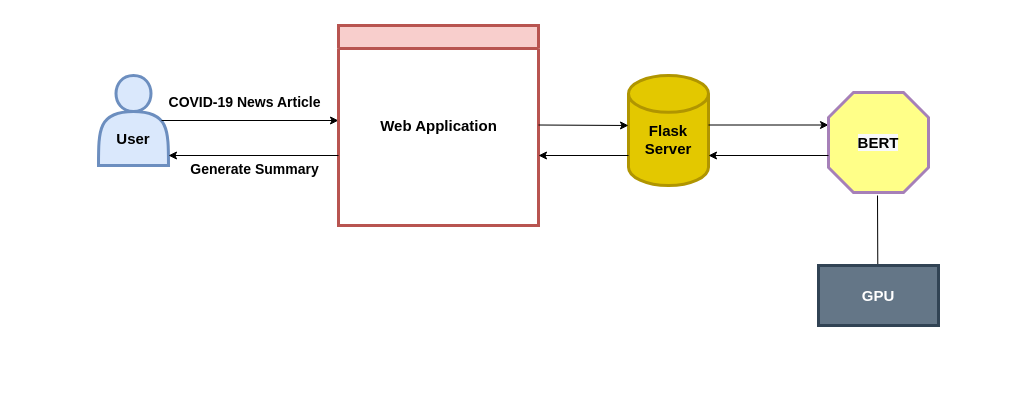
This is Untitled Diagram.drawio from MBtions/New, a draw.io file, before an edit. Source tidied: cells renumbered, new cells numbered last; positions are measured from the earlier drawing's top-left corner, leaving out a move shared by most shapes. Both pictures are drawn from the tidied source at 100%, with x=0, y=0 at pixel (98, 25).
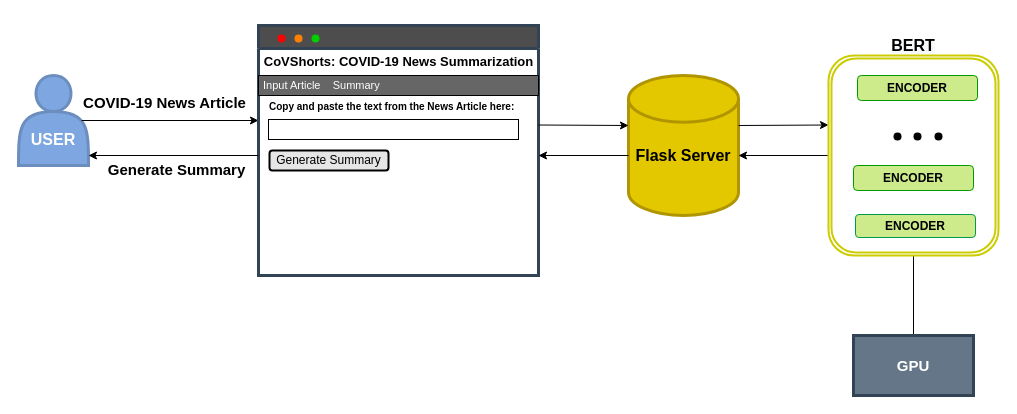
Above is the later version.

Change to the diagram source:
```diff
@@
-    <mxCell id="2" value="&lt;font style=&quot;font-size: 15px&quot;&gt;&lt;br&gt;&lt;br&gt;User&lt;/font&gt;" style="shape=actor;whiteSpace=wrap;html=1;fontStyle=1;fillColor=#dae8fc;strokeColor=#6c8ebf;strokeWidth=3;" parent="1" vertex="1">
-      <mxGeometry y="50" width="70" height="90" as="geometry" />
+    <mxCell id="2" value="&lt;font color=&quot;#ffffff&quot; style=&quot;font-size: 16px&quot;&gt;&lt;br&gt;&lt;br&gt;USER&lt;/font&gt;" style="shape=actor;whiteSpace=wrap;html=1;fontStyle=1;strokeColor=#6c8ebf;strokeWidth=3;fillColor=#7EA6E0;" parent="1" vertex="1">
+      <mxGeometry x="-80" y="50" width="70" height="90" as="geometry" />
     </mxCell>
     <mxCell id="3" style="endArrow=classic;html=1;fontStyle=1;exitX=0.9;exitY=0.5;exitDx=0;exitDy=0;exitPerimeter=0;" parent="1" edge="1" source="2">
       <mxGeometry relative="1" as="geometry">
-        <mxPoint x="240" y="95" as="targetPoint" />
+        <mxPoint x="160" y="95" as="targetPoint" />
       </mxGeometry>
     </mxCell>
-    <mxCell id="4" value="&lt;span&gt;&lt;font style=&quot;font-size: 15px&quot;&gt;&lt;br&gt;Flask Server&lt;/font&gt;&lt;/span&gt;" style="strokeWidth=3;html=1;shape=mxgraph.flowchart.database;whiteSpace=wrap;fontStyle=1;fillColor=#e3c800;strokeColor=#B09500;fontColor=#000000;" parent="1" vertex="1">
-      <mxGeometry x="530" y="50" width="80" height="110" as="geometry" />
+    <mxCell id="4" value="&lt;span style=&quot;font-size: 16px&quot;&gt;&lt;font style=&quot;font-size: 16px&quot;&gt;&lt;br&gt;Flask Server&lt;/font&gt;&lt;/span&gt;" style="strokeWidth=3;html=1;shape=mxgraph.flowchart.database;whiteSpace=wrap;fontStyle=1;fillColor=#e3c800;strokeColor=#B09500;fontColor=#000000;" parent="1" vertex="1">
+      <mxGeometry x="530" y="50" width="110" height="140" as="geometry" />
     </mxCell>
-    <mxCell id="5" style="swimlane;fontStyle=1;fillColor=#f8cecc;strokeColor=#b85450;strokeWidth=3;" parent="1" vertex="1">
-      <mxGeometry x="240" width="200" height="200" as="geometry" />
+    <mxCell id="5" style="swimlane;fontStyle=1;strokeColor=#314354;strokeWidth=3;fontColor=#ffffff;fillColor=#4D4D4D;" parent="1" vertex="1">
+      <mxGeometry x="160" width="280" height="250" as="geometry" />
     </mxCell>
-    <mxCell id="6" value="&lt;font style=&quot;font-size: 15px&quot;&gt;Web Application&lt;/font&gt;" style="text;html=1;align=center;verticalAlign=middle;strokeColor=none;fontStyle=1;" parent="5" vertex="1">
-      <mxGeometry x="35" y="90" width="130" height="20" as="geometry" />
+    <mxCell id="6" value="&lt;font style=&quot;font-size: 13px&quot;&gt;CoVShorts: COVID-19 News Summarization&lt;/font&gt;" style="text;html=1;align=center;verticalAlign=middle;strokeColor=none;fontStyle=1;" parent="5" vertex="1">
+      <mxGeometry y="26" width="280" height="20" as="geometry" />
     </mxCell>
+    <mxCell id="18" style="shape=waypoint;sketch=0;fillStyle=solid;size=6;fillColor=none;perimeter=centerPerimeter;strokeWidth=2;strokeColor=#FF0000;" parent="5" vertex="1">
+      <mxGeometry x="3" y="-7" width="40" height="40" as="geometry" />
+    </mxCell>
+    <mxCell id="19" style="verticalLabelPosition=bottom;verticalAlign=top;html=1;shape=mxgraph.basic.rect;fillColor2=none;strokeWidth=1;size=20;indent=5;fillColor=#666666;" parent="5" vertex="1">
+      <mxGeometry y="50" width="280" height="20" as="geometry" />
+    </mxCell>
+    <mxCell id="20" value="&lt;span style=&quot;color: rgb(255 , 255 , 255)&quot;&gt;&lt;font style=&quot;font-size: 11px&quot;&gt;Input Article&amp;nbsp; &amp;nbsp; Summary&lt;/font&gt;&lt;/span&gt;" style="text;html=1;strokeColor=none;fillColor=none;align=left;verticalAlign=middle;whiteSpace=wrap;rounded=0;" parent="5" vertex="1">
+      <mxGeometry x="3" y="50" width="180" height="20" as="geometry" />
+    </mxCell>
+    <mxCell id="21" value="&lt;b&gt;&lt;font style=&quot;font-size: 10px&quot;&gt;Copy and paste the text from the News Article here:&lt;/font&gt;&lt;/b&gt;" style="text;html=1;strokeColor=none;fillColor=none;align=left;verticalAlign=middle;whiteSpace=wrap;rounded=0;" parent="5" vertex="1">
+      <mxGeometry x="9" y="71" width="250" height="20" as="geometry" />
+    </mxCell>
+    <mxCell id="22" value="Generate Summary" style="rounded=1;whiteSpace=wrap;html=1;strokeColor=#000000;strokeWidth=2;fillColor=#E6E6E6;" parent="5" vertex="1">
+      <mxGeometry x="11" y="125" width="119" height="20" as="geometry" />
+    </mxCell>
@@
-    <mxCell id="8" style="endArrow=classic;html=1;exitX=1;exitY=0.75;exitDx=0;exitDy=0;fontStyle=1;" parent="1" edge="1">
+    <mxCell id="8" style="endArrow=classic;html=1;fontStyle=1;" parent="1" edge="1">
       <mxGeometry relative="1" as="geometry">
-        <mxPoint x="610" y="99.5" as="sourcePoint" />
+        <mxPoint x="640" y="100" as="sourcePoint" />
         <mxPoint x="730" y="99.5" as="targetPoint" />
       </mxGeometry>
     </mxCell>
-    <mxCell id="9" style="verticalLabelPosition=bottom;verticalAlign=top;html=1;shape=mxgraph.basic.polygon;polyCoords=[[0.25,0],[0.75,0],[1,0.25],[1,0.75],[0.75,1],[0.25,1],[0,0.75],[0,0.25]];polyline=0;fillColor=#ffff88;strokeWidth=3;strokeColor=#A680B8;" parent="1" vertex="1">
-      <mxGeometry x="730" y="67" width="100" height="100" as="geometry" />
-    </mxCell>
-    <mxCell id="10" value="&lt;font style=&quot;font-size: 15px&quot;&gt;&lt;b style=&quot;color: rgb(0 , 0 , 0) ; font-family: &amp;#34;helvetica&amp;#34; ; font-style: normal ; letter-spacing: normal ; text-align: center ; text-indent: 0px ; text-transform: none ; word-spacing: 0px ; background-color: rgb(248 , 249 , 250)&quot;&gt;BERT&lt;/b&gt;&lt;br&gt;&lt;/font&gt;" style="text;html=1;strokeColor=none;fillColor=none;align=center;verticalAlign=middle;whiteSpace=wrap;rounded=0;" parent="1" vertex="1">
-      <mxGeometry x="760" y="107" width="40" height="20" as="geometry" />
-    </mxCell>
-    <mxCell id="11" value="&lt;b&gt;&lt;font style=&quot;font-size: 14px&quot;&gt;COVID-19 News Article&lt;/font&gt;&lt;/b&gt;" style="text;html=1;align=center;verticalAlign=middle;strokeColor=none;" parent="1" vertex="1">
-      <mxGeometry x="61" y="67" width="170" height="20" as="geometry" />
+    <mxCell id="11" value="&lt;b&gt;&lt;font style=&quot;font-size: 15px&quot;&gt;COVID-19 News Article&lt;/font&gt;&lt;/b&gt;" style="text;html=1;align=center;verticalAlign=middle;strokeColor=none;" parent="1" vertex="1">
+      <mxGeometry x="-24" y="67" width="180" height="20" as="geometry" />
     </mxCell>
-    <mxCell id="12" style="endArrow=none;html=1;" parent="1" edge="1">
-      <mxGeometry relative="1" as="geometry">
-        <mxPoint x="779.3" y="240" as="sourcePoint" />
-        <mxPoint x="779" y="170" as="targetPoint" />
-      </mxGeometry>
+    <mxCell id="12" style="endArrow=none;html=1;exitX=0.5;exitY=0;exitDx=0;exitDy=0;entryX=0.5;entryY=1;entryDx=0;entryDy=0;" parent="1" edge="1" source="13" target="23">
+      <mxGeometry relative="1" as="geometry" />
     </mxCell>
     <mxCell id="13" value="&lt;b&gt;&lt;font style=&quot;font-size: 15px&quot;&gt;GPU&lt;/font&gt;&lt;/b&gt;" style="rounded=0;whiteSpace=wrap;html=1;fillColor=#647687;strokeColor=#314354;fontColor=#ffffff;strokeWidth=3;" parent="1" vertex="1">
-      <mxGeometry x="720" y="240" width="120" height="60" as="geometry" />
+      <mxGeometry x="755" y="310" width="120" height="60" as="geometry" />
     </mxCell>
     <mxCell id="14" style="endArrow=classic;html=1;fontStyle=1;" parent="1" edge="1">
       <mxGeometry relative="1" as="geometry">
-        <mxPoint x="240" y="130" as="sourcePoint" />
-        <mxPoint x="70" y="130" as="targetPoint" />
+        <mxPoint x="160" y="130" as="sourcePoint" />
+        <mxPoint x="-10" y="130" as="targetPoint" />
       </mxGeometry>
     </mxCell>
-    <mxCell id="15" value="&lt;b&gt;&lt;font style=&quot;font-size: 14px&quot;&gt;Generate Summary&lt;/font&gt;&lt;/b&gt;" style="text;html=1;align=center;verticalAlign=middle;strokeColor=none;" parent="1" vertex="1">
-      <mxGeometry x="86" y="134" width="140" height="20" as="geometry" />
+    <mxCell id="15" value="&lt;b&gt;&lt;font style=&quot;font-size: 15px&quot;&gt;Generate Summary&lt;/font&gt;&lt;/b&gt;" style="text;html=1;align=center;verticalAlign=middle;strokeColor=none;" parent="1" vertex="1">
+      <mxGeometry x="3" y="134" width="150" height="20" as="geometry" />
     </mxCell>
@@
     <mxCell id="17" style="endArrow=classic;html=1;fontStyle=1;" parent="1" edge="1">
       <mxGeometry relative="1" as="geometry">
         <mxPoint x="730" y="130" as="sourcePoint" />
-        <mxPoint x="610" y="130" as="targetPoint" />
+        <mxPoint x="640" y="130" as="targetPoint" />
       </mxGeometry>
     </mxCell>
+    <mxCell id="23" style="shape=ext;double=1;rounded=1;whiteSpace=wrap;html=1;strokeColor=#CCCC00;strokeWidth=2;perimeterSpacing=0;" parent="1" vertex="1">
+      <mxGeometry x="730" y="30" width="170" height="200" as="geometry" />
+    </mxCell>
+    <mxCell id="10" value="&lt;font&gt;&lt;b style=&quot;color: rgb(0 , 0 , 0) ; font-family: &amp;#34;helvetica&amp;#34; ; font-style: normal ; letter-spacing: normal ; text-align: center ; text-indent: 0px ; text-transform: none ; word-spacing: 0px ; background-color: rgb(248 , 249 , 250)&quot;&gt;&lt;font style=&quot;font-size: 16px&quot;&gt;BERT&lt;/font&gt;&lt;/b&gt;&lt;br&gt;&lt;/font&gt;" style="text;html=1;strokeColor=none;fillColor=none;align=center;verticalAlign=middle;whiteSpace=wrap;rounded=0;" parent="1" vertex="1">
+      <mxGeometry x="795" y="10" width="40" height="20" as="geometry" />
+    </mxCell>
+    <mxCell id="24" value="&lt;b&gt;ENCODER&lt;/b&gt;" style="rounded=1;whiteSpace=wrap;html=1;fillColor=#cdeb8b;strokeColor=#009900;" parent="1" vertex="1">
+      <mxGeometry x="759" y="50" width="120" height="25" as="geometry" />
+    </mxCell>
+    <mxCell id="25" value="&lt;b&gt;ENCODER&lt;/b&gt;" style="rounded=1;whiteSpace=wrap;html=1;fillColor=#cdeb8b;strokeColor=#009900;" parent="1" vertex="1">
+      <mxGeometry x="755" y="140" width="120" height="25" as="geometry" />
+    </mxCell>
+    <mxCell id="26" value="&lt;b&gt;ENCODER&lt;/b&gt;" style="rounded=1;whiteSpace=wrap;html=1;fillColor=#cdeb8b;strokeColor=#00994D;" parent="1" vertex="1">
+      <mxGeometry x="757" y="189" width="120" height="23" as="geometry" />
+    </mxCell>
+    <mxCell id="27" style="shape=waypoint;sketch=0;fillStyle=solid;size=6;fillColor=none;perimeter=centerPerimeter;strokeWidth=2;" parent="1" vertex="1">
+      <mxGeometry x="799" y="91" width="40" height="40" as="geometry" />
+    </mxCell>
+    <mxCell id="28" style="shape=waypoint;sketch=0;fillStyle=solid;size=6;fillColor=none;perimeter=centerPerimeter;strokeWidth=2;" parent="1" vertex="1">
+      <mxGeometry x="820" y="91" width="40" height="40" as="geometry" />
+    </mxCell>
+    <mxCell id="29" style="shape=waypoint;sketch=0;fillStyle=solid;size=6;fillColor=none;perimeter=centerPerimeter;strokeWidth=2;" parent="1" vertex="1">
+      <mxGeometry x="779" y="91" width="40" height="40" as="geometry" />
+    </mxCell>
+    <mxCell id="30" style="shape=waypoint;sketch=0;fillStyle=solid;size=6;fillColor=none;perimeter=centerPerimeter;strokeWidth=2;strokeColor=#FF8000;" parent="1" vertex="1">
+      <mxGeometry x="180" y="-7" width="40" height="40" as="geometry" />
+    </mxCell>
+    <mxCell id="31" style="shape=waypoint;sketch=0;fillStyle=solid;size=6;fillColor=none;perimeter=centerPerimeter;strokeWidth=2;strokeColor=#00CC00;" parent="1" vertex="1">
+      <mxGeometry x="197" y="-7" width="40" height="40" as="geometry" />
+    </mxCell>
+    <mxCell id="32" style="rounded=0;whiteSpace=wrap;html=1;strokeWidth=1;fillColor=#FFFFFF;" parent="1" vertex="1">
+      <mxGeometry x="170" y="94" width="250" height="20" as="geometry" />
+    </mxCell>
```
